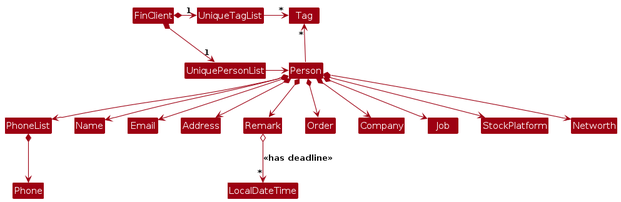
Before: diagrams/BetterModelClassDiagram.png, a diagram exported from PlantUML (AY2425S2-CS2103T-T11-4/tp). Its source is kept beside it as diagrams/BetterModelClassDiagram.puml.
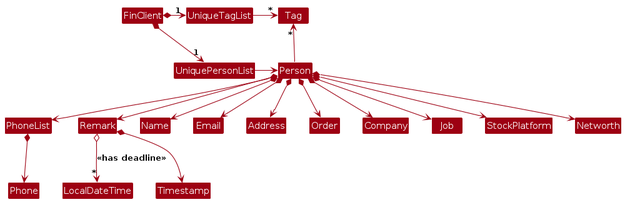
Above is the later version.

Diff of the diagram source:
```diff
@@ -15,6 +15,7 @@
 Person -up-> "*" Tag
 
 PhoneList *--> Phone
+Remark *--> Timestamp
 
 Person *--> Name
 Person *--> PhoneList
```
